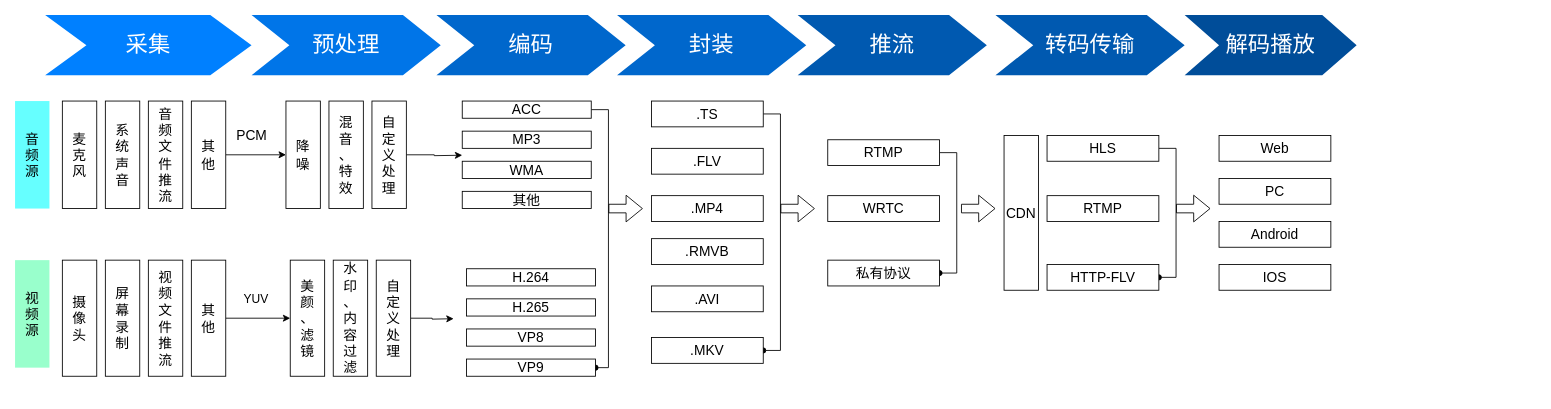
The draw.io diagram 问题随录/Untitled Diagram.drawio in candyman0753/web-runner, before the edit. Source tidied: cells renumbered, new cells numbered last; positions are measured from the earlier drawing's top-left corner, leaving out a move shared by most shapes. Both pictures are drawn from the tidied source at 86%, with x=0, y=0 at pixel (15, 15).
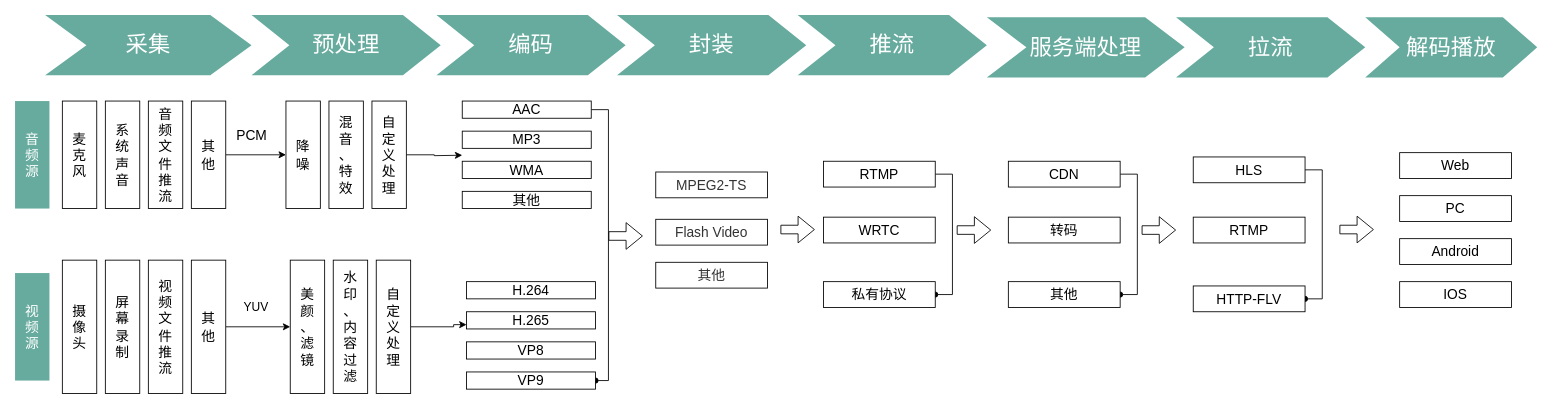
After the change.

What changed in the source:
```diff
@@
-    <mxCell id="2" value="采集" style="shape=step;whiteSpace=wrap;html=1;fontSize=26;fillColor=#0080FF;fontColor=#FFFFFF;strokeColor=none;" parent="1" vertex="1">
+    <mxCell id="2" value="采集" style="shape=step;whiteSpace=wrap;html=1;fontSize=26;fontColor=#FFFFFF;strokeColor=none;fillColor=#67AB9F;" parent="1" vertex="1">
       <mxGeometry x="35" width="240" height="70" as="geometry" />
     </mxCell>
-    <mxCell id="3" value="预处理" style="shape=step;whiteSpace=wrap;html=1;fontSize=26;fillColor=#0075E8;fontColor=#FFFFFF;strokeColor=none;" parent="1" vertex="1">
+    <mxCell id="3" value="预处理" style="shape=step;whiteSpace=wrap;html=1;fontSize=26;fontColor=#FFFFFF;strokeColor=none;fillColor=#67AB9F;" parent="1" vertex="1">
       <mxGeometry x="275" width="220" height="70" as="geometry" />
     </mxCell>
-    <mxCell id="4" value="编码" style="shape=step;whiteSpace=wrap;html=1;fontSize=26;fillColor=#0067CC;fontColor=#FFFFFF;strokeColor=none;" parent="1" vertex="1">
+    <mxCell id="4" value="编码" style="shape=step;whiteSpace=wrap;html=1;fontSize=26;fontColor=#FFFFFF;strokeColor=none;fillColor=#67AB9F;" parent="1" vertex="1">
       <mxGeometry x="490" width="220" height="70" as="geometry" />
     </mxCell>
-    <mxCell id="5" value="推流" style="shape=step;whiteSpace=wrap;html=1;fontSize=26;fillColor=#0059B0;fontColor=#FFFFFF;strokeColor=none;" parent="1" vertex="1">
+    <mxCell id="5" value="推流" style="shape=step;whiteSpace=wrap;html=1;fontSize=26;fontColor=#FFFFFF;strokeColor=none;fillColor=#67AB9F;" parent="1" vertex="1">
       <mxGeometry x="910" width="220" height="70" as="geometry" />
     </mxCell>
-    <mxCell id="6" value="解码播放" style="shape=step;whiteSpace=wrap;html=1;fontSize=26;fillColor=#004D99;fontColor=#FFFFFF;strokeColor=none;" parent="1" vertex="1">
-      <mxGeometry x="1360" width="200" height="70" as="geometry" />
+    <mxCell id="6" value="解码播放" style="shape=step;whiteSpace=wrap;html=1;fontSize=26;fontColor=#FFFFFF;strokeColor=none;fillColor=#67AB9F;" parent="1" vertex="1">
+      <mxGeometry x="1570" y="2.5" width="200" height="70" as="geometry" />
     </mxCell>
-    <mxCell id="7" value="摄&lt;br style=&quot;font-size: 16px;&quot;&gt;像&lt;br style=&quot;font-size: 16px;&quot;&gt;头" style="rounded=0;whiteSpace=wrap;html=1;horizontal=1;fontSize=16;" parent="1" vertex="1">
-      <mxGeometry x="55" y="285" width="40" height="135" as="geometry" />
+    <mxCell id="7" value="摄&lt;br style=&quot;font-size: 16px;&quot;&gt;像&lt;br style=&quot;font-size: 16px;&quot;&gt;头" style="rounded=0;whiteSpace=wrap;html=1;horizontal=1;fontSize=16;imageHeight=27;" parent="1" vertex="1">
+      <mxGeometry x="55" y="285" width="40" height="155" as="geometry" />
     </mxCell>
-    <mxCell id="8" value="屏&lt;br style=&quot;font-size: 16px;&quot;&gt;幕&lt;br style=&quot;font-size: 16px;&quot;&gt;录&lt;br style=&quot;font-size: 16px;&quot;&gt;制" style="rounded=0;whiteSpace=wrap;html=1;horizontal=1;fontSize=16;" parent="1" vertex="1">
-      <mxGeometry x="105" y="285" width="40" height="135" as="geometry" />
+    <mxCell id="8" value="屏&lt;br style=&quot;font-size: 16px;&quot;&gt;幕&lt;br style=&quot;font-size: 16px;&quot;&gt;录&lt;br style=&quot;font-size: 16px;&quot;&gt;制" style="rounded=0;whiteSpace=wrap;html=1;horizontal=1;fontSize=16;imageHeight=27;" parent="1" vertex="1">
+      <mxGeometry x="105" y="285" width="40" height="155" as="geometry" />
     </mxCell>
-    <mxCell id="9" value="视&lt;br style=&quot;font-size: 16px;&quot;&gt;频&lt;br style=&quot;font-size: 16px;&quot;&gt;文&lt;br style=&quot;font-size: 16px;&quot;&gt;件&lt;br style=&quot;font-size: 16px;&quot;&gt;推&lt;br style=&quot;font-size: 16px;&quot;&gt;流" style="rounded=0;whiteSpace=wrap;html=1;horizontal=1;fontSize=16;" parent="1" vertex="1">
-      <mxGeometry x="155" y="285" width="40" height="135" as="geometry" />
+    <mxCell id="9" value="视&lt;br style=&quot;font-size: 16px;&quot;&gt;频&lt;br style=&quot;font-size: 16px;&quot;&gt;文&lt;br style=&quot;font-size: 16px;&quot;&gt;件&lt;br style=&quot;font-size: 16px;&quot;&gt;推&lt;br style=&quot;font-size: 16px;&quot;&gt;流" style="rounded=0;whiteSpace=wrap;html=1;horizontal=1;fontSize=16;imageHeight=27;" parent="1" vertex="1">
+      <mxGeometry x="155" y="285" width="40" height="155" as="geometry" />
     </mxCell>
@@
-    <mxCell id="11" value="其&lt;br style=&quot;font-size: 16px;&quot;&gt;他" style="rounded=0;whiteSpace=wrap;html=1;horizontal=1;fontSize=16;" parent="1" vertex="1">
-      <mxGeometry x="205" y="285" width="40" height="135" as="geometry" />
+    <mxCell id="11" value="其&lt;br style=&quot;font-size: 16px;&quot;&gt;他" style="rounded=0;whiteSpace=wrap;html=1;horizontal=1;fontSize=16;imageHeight=27;" parent="1" vertex="1">
+      <mxGeometry x="205" y="285" width="40" height="155" as="geometry" />
     </mxCell>
@@
-    <mxCell id="21" value="美&lt;br style=&quot;font-size: 16px;&quot;&gt;颜&lt;br style=&quot;font-size: 16px;&quot;&gt;、&lt;br style=&quot;font-size: 16px;&quot;&gt;滤&lt;br style=&quot;font-size: 16px;&quot;&gt;镜" style="rounded=0;whiteSpace=wrap;html=1;horizontal=1;fontSize=16;" parent="1" vertex="1">
-      <mxGeometry x="320" y="285" width="40" height="135" as="geometry" />
+    <mxCell id="21" value="美&lt;br style=&quot;font-size: 16px;&quot;&gt;颜&lt;br style=&quot;font-size: 16px;&quot;&gt;、&lt;br style=&quot;font-size: 16px;&quot;&gt;滤&lt;br style=&quot;font-size: 16px;&quot;&gt;镜" style="rounded=0;whiteSpace=wrap;html=1;horizontal=1;fontSize=16;imageHeight=27;" parent="1" vertex="1">
+      <mxGeometry x="320" y="285" width="40" height="155" as="geometry" />
     </mxCell>
-    <mxCell id="22" value="水&lt;br style=&quot;font-size: 16px;&quot;&gt;印&lt;br style=&quot;font-size: 16px;&quot;&gt;、&lt;br style=&quot;font-size: 16px;&quot;&gt;内&lt;br style=&quot;font-size: 16px;&quot;&gt;容&lt;br style=&quot;font-size: 16px;&quot;&gt;过&lt;br style=&quot;font-size: 16px;&quot;&gt;滤" style="rounded=0;whiteSpace=wrap;html=1;horizontal=1;fontSize=16;" parent="1" vertex="1">
-      <mxGeometry x="370" y="285" width="40" height="135" as="geometry" />
+    <mxCell id="22" value="水&lt;br style=&quot;font-size: 16px;&quot;&gt;印&lt;br style=&quot;font-size: 16px;&quot;&gt;、&lt;br style=&quot;font-size: 16px;&quot;&gt;内&lt;br style=&quot;font-size: 16px;&quot;&gt;容&lt;br style=&quot;font-size: 16px;&quot;&gt;过&lt;br style=&quot;font-size: 16px;&quot;&gt;滤" style="rounded=0;whiteSpace=wrap;html=1;horizontal=1;fontSize=16;imageHeight=27;" parent="1" vertex="1">
+      <mxGeometry x="370" y="285" width="40" height="155" as="geometry" />
     </mxCell>
-    <mxCell id="23" style="edgeStyle=orthogonalEdgeStyle;rounded=0;jettySize=auto;html=1;exitX=1;exitY=0.5;exitDx=0;exitDy=0;endArrow=classic;endFill=1;fontSize=14;fontColor=#000000;" parent="1" edge="1" source="24">
+    <mxCell id="23" style="edgeStyle=orthogonalEdgeStyle;rounded=0;jettySize=auto;html=1;exitX=1;exitY=0.5;exitDx=0;exitDy=0;endArrow=classic;endFill=1;fontSize=14;fontColor=#000000;entryX=0;entryY=0.75;entryDx=0;entryDy=0;" parent="1" edge="1" source="24" target="36">
       <mxGeometry relative="1" as="geometry">
-        <mxPoint x="510" y="353.1" as="targetPoint" />
+        <Array as="points">
+          <mxPoint x="510" y="362" />
+          <mxPoint x="510" y="360" />
+        </Array>
       </mxGeometry>
     </mxCell>
-    <mxCell id="24" value="自&lt;br style=&quot;font-size: 16px;&quot;&gt;定&lt;br style=&quot;font-size: 16px;&quot;&gt;义&lt;br style=&quot;font-size: 16px;&quot;&gt;处&lt;br style=&quot;font-size: 16px;&quot;&gt;理" style="rounded=0;whiteSpace=wrap;html=1;horizontal=1;fontSize=16;" parent="1" vertex="1">
-      <mxGeometry x="420" y="285" width="40" height="135" as="geometry" />
+    <mxCell id="24" value="自&lt;br style=&quot;font-size: 16px;&quot;&gt;定&lt;br style=&quot;font-size: 16px;&quot;&gt;义&lt;br style=&quot;font-size: 16px;&quot;&gt;处&lt;br style=&quot;font-size: 16px;&quot;&gt;理" style="rounded=0;whiteSpace=wrap;html=1;horizontal=1;fontSize=16;imageHeight=27;" parent="1" vertex="1">
+      <mxGeometry x="420" y="285" width="40" height="155" as="geometry" />
     </mxCell>
@@
     <mxCell id="26" value="YUV" style="text;html=1;align=center;verticalAlign=middle;fontSize=14;" parent="1" vertex="1">
-      <mxGeometry x="260" y="320" width="40" height="20" as="geometry" />
+      <mxGeometry x="260" y="330" width="40" height="20" as="geometry" />
     </mxCell>
-    <mxCell id="27" value="封装" style="shape=step;whiteSpace=wrap;html=1;fontSize=26;fillColor=#0067CC;fontColor=#FFFFFF;strokeColor=none;" parent="1" vertex="1">
+    <mxCell id="27" value="封装" style="shape=step;whiteSpace=wrap;html=1;fontSize=26;fontColor=#FFFFFF;strokeColor=none;fillColor=#67AB9F;" parent="1" vertex="1">
       <mxGeometry x="700" width="220" height="70" as="geometry" />
     </mxCell>
-    <mxCell id="28" value="音&lt;br style=&quot;font-size: 16px;&quot;&gt;频&lt;br style=&quot;font-size: 16px;&quot;&gt;源" style="rounded=0;whiteSpace=wrap;html=1;horizontal=1;strokeColor=none;fillColor=#66FFFF;fontSize=16;" parent="1" vertex="1">
+    <mxCell id="28" value="音&lt;br style=&quot;font-size: 16px;&quot;&gt;频&lt;br style=&quot;font-size: 16px;&quot;&gt;源" style="rounded=0;whiteSpace=wrap;html=1;horizontal=1;strokeColor=none;fontSize=16;fillColor=#67AB9F;fontColor=#FFFFFF;" parent="1" vertex="1">
       <mxGeometry y="100" width="40" height="125" as="geometry" />
     </mxCell>
-    <mxCell id="29" value="视&lt;br style=&quot;font-size: 16px;&quot;&gt;频&lt;br style=&quot;font-size: 16px;&quot;&gt;源" style="rounded=0;whiteSpace=wrap;html=1;horizontal=1;fillColor=#99FFCC;strokeColor=none;fontSize=16;" parent="1" vertex="1">
-      <mxGeometry y="285" width="40" height="125" as="geometry" />
+    <mxCell id="29" value="视&lt;br style=&quot;font-size: 16px;&quot;&gt;频&lt;br style=&quot;font-size: 16px;&quot;&gt;源" style="rounded=0;whiteSpace=wrap;html=1;horizontal=1;fontSize=16;imageHeight=27;strokeColor=none;fillColor=#67AB9F;fontColor=#FFFFFF;" parent="1" vertex="1">
+      <mxGeometry y="300" width="40" height="125" as="geometry" />
     </mxCell>
     <mxCell id="30" style="edgeStyle=orthogonalEdgeStyle;rounded=0;jettySize=auto;html=1;exitX=1;exitY=0.5;exitDx=0;exitDy=0;entryX=1;entryY=0.5;entryDx=0;entryDy=0;endArrow=oval;endFill=1;fontSize=14;fontColor=#000000;" parent="1" edge="1" source="31" target="38">
       <mxGeometry relative="1" as="geometry">
         <Array as="points">
           <mxPoint x="690" y="110" />
-          <mxPoint x="690" y="410" />
+          <mxPoint x="690" y="425" />
         </Array>
       </mxGeometry>
     </mxCell>
-    <mxCell id="31" value="ACC" style="rounded=0;whiteSpace=wrap;html=1;strokeColor=#000000;fontColor=#000000;fontSize=16;" parent="1" vertex="1">
+    <mxCell id="31" value="AAC" style="rounded=0;whiteSpace=wrap;html=1;strokeColor=#000000;fontColor=#000000;fontSize=16;" parent="1" vertex="1">
       <mxGeometry x="520" y="100" width="150" height="20" as="geometry" />
     </mxCell>
@@
     <mxCell id="35" value="H.264" style="rounded=0;whiteSpace=wrap;html=1;strokeColor=#000000;fontColor=#000000;fontSize=16;" parent="1" vertex="1">
-      <mxGeometry x="525" y="295" width="150" height="20" as="geometry" />
+      <mxGeometry x="525" y="310" width="150" height="20" as="geometry" />
     </mxCell>
     <mxCell id="36" value="H.265" style="rounded=0;whiteSpace=wrap;html=1;strokeColor=#000000;fontColor=#000000;fontSize=16;" parent="1" vertex="1">
-      <mxGeometry x="525" y="330" width="150" height="20" as="geometry" />
+      <mxGeometry x="525" y="345" width="150" height="20" as="geometry" />
     </mxCell>
     <mxCell id="37" value="VP8" style="rounded=0;whiteSpace=wrap;html=1;strokeColor=#000000;fontColor=#000000;fontSize=16;" parent="1" vertex="1">
-      <mxGeometry x="525" y="365" width="150" height="20" as="geometry" />
+      <mxGeometry x="525" y="380" width="150" height="20" as="geometry" />
     </mxCell>
     <mxCell id="38" value="VP9" style="rounded=0;whiteSpace=wrap;html=1;strokeColor=#000000;fontColor=#000000;fontSize=16;" parent="1" vertex="1">
-      <mxGeometry x="525" y="400" width="150" height="20" as="geometry" />
+      <mxGeometry x="525" y="415" width="150" height="20" as="geometry" />
     </mxCell>
-    <mxCell id="39" style="edgeStyle=orthogonalEdgeStyle;rounded=0;jettySize=auto;html=1;exitX=1;exitY=0.5;exitDx=0;exitDy=0;entryX=1;entryY=0.5;entryDx=0;entryDy=0;endArrow=oval;endFill=1;fontColor=#000000;fontSize=16;" parent="1" edge="1" source="40" target="45">
-      <mxGeometry relative="1" as="geometry" />
-    </mxCell>
-    <mxCell id="40" value=".TS" style="rounded=0;whiteSpace=wrap;html=1;strokeColor=#000000;fillColor=#ffffff;fontColor=#000000;fontSize=16;" parent="1" vertex="1">
-      <mxGeometry x="740" y="100" width="130" height="30" as="geometry" />
+    <mxCell id="40" value="&lt;span style=&quot;color: rgb(51 , 51 , 51) ; font-family: &amp;#34;microsoft yahei&amp;#34; , &amp;#34;arial&amp;#34; ; text-align: justify ; background-color: rgb(255 , 255 , 255)&quot;&gt;MPEG2-TS&lt;/span&gt;" style="rounded=0;whiteSpace=wrap;html=1;strokeColor=#000000;fillColor=#ffffff;fontColor=#000000;fontSize=16;" parent="1" vertex="1">
+      <mxGeometry x="745" y="182.5" width="130" height="30" as="geometry" />
     </mxCell>
-    <mxCell id="41" value=".FLV" style="rounded=0;whiteSpace=wrap;html=1;strokeColor=#000000;fillColor=#ffffff;fontColor=#000000;fontSize=16;" parent="1" vertex="1">
-      <mxGeometry x="740" y="155" width="130" height="30" as="geometry" />
+    <mxCell id="41" value="&lt;span style=&quot;color: rgb(51 , 51 , 51) ; font-family: &amp;#34;microsoft yahei&amp;#34; , &amp;#34;arial&amp;#34; ; text-align: justify ; background-color: rgb(255 , 255 , 255)&quot;&gt;Flash Video&lt;/span&gt;" style="rounded=0;whiteSpace=wrap;html=1;strokeColor=#000000;fillColor=#ffffff;fontColor=#000000;fontSize=16;" parent="1" vertex="1">
+      <mxGeometry x="745" y="237.5" width="130" height="30" as="geometry" />
     </mxCell>
-    <mxCell id="42" value=".MP4" style="rounded=0;whiteSpace=wrap;html=1;strokeColor=#000000;fillColor=#ffffff;fontColor=#000000;fontSize=16;" parent="1" vertex="1">
-      <mxGeometry x="740" y="210" width="130" height="30" as="geometry" />
-    </mxCell>
-    <mxCell id="43" value=".RMVB" style="rounded=0;whiteSpace=wrap;html=1;strokeColor=#000000;fillColor=#ffffff;fontColor=#000000;fontSize=16;" parent="1" vertex="1">
-      <mxGeometry x="740" y="260" width="130" height="30" as="geometry" />
-    </mxCell>
-    <mxCell id="44" value=".AVI" style="rounded=0;whiteSpace=wrap;html=1;strokeColor=#000000;fillColor=#ffffff;fontColor=#000000;fontSize=16;" parent="1" vertex="1">
-      <mxGeometry x="740" y="315" width="130" height="30" as="geometry" />
-    </mxCell>
-    <mxCell id="45" value=".MKV" style="rounded=0;whiteSpace=wrap;html=1;strokeColor=#000000;fillColor=#ffffff;fontColor=#000000;fontSize=16;" parent="1" vertex="1">
-      <mxGeometry x="740" y="375" width="130" height="30" as="geometry" />
-    </mxCell>
     <mxCell id="46" style="shape=flexArrow;endArrow=classic;html=1;fontColor=#000000;fontSize=16;" parent="1" edge="1">
       <mxGeometry relative="1" as="geometry">
-        <mxPoint x="690" y="225" as="sourcePoint" />
-        <mxPoint x="730" y="225" as="targetPoint" />
+        <mxPoint x="690" y="256.9" as="sourcePoint" />
+        <mxPoint x="730" y="256.9" as="targetPoint" />
       </mxGeometry>
     </mxCell>
     <mxCell id="47" style="shape=flexArrow;endArrow=classic;html=1;fontColor=#000000;fontSize=16;" parent="1" edge="1">
       <mxGeometry relative="1" as="geometry">
-        <mxPoint x="890" y="225" as="sourcePoint" />
-        <mxPoint x="930" y="225" as="targetPoint" />
+        <mxPoint x="890" y="249.4" as="sourcePoint" />
+        <mxPoint x="930" y="249.4" as="targetPoint" />
       </mxGeometry>
     </mxCell>
@@
     <mxCell id="49" value="RTMP" style="rounded=0;whiteSpace=wrap;html=1;strokeColor=#000000;fillColor=#ffffff;fontColor=#000000;fontSize=16;" parent="1" vertex="1">
-      <mxGeometry x="945" y="145" width="130" height="30" as="geometry" />
+      <mxGeometry x="940" y="170" width="130" height="30" as="geometry" />
     </mxCell>
     <mxCell id="50" value="WRTC" style="rounded=0;whiteSpace=wrap;html=1;strokeColor=#000000;fillColor=#ffffff;fontColor=#000000;fontSize=16;" parent="1" vertex="1">
-      <mxGeometry x="945" y="210" width="130" height="30" as="geometry" />
+      <mxGeometry x="940" y="235" width="130" height="30" as="geometry" />
     </mxCell>
     <mxCell id="51" value="私有协议" style="rounded=0;whiteSpace=wrap;html=1;strokeColor=#000000;fillColor=#ffffff;fontColor=#000000;fontSize=16;" parent="1" vertex="1">
-      <mxGeometry x="945" y="285" width="130" height="30" as="geometry" />
+      <mxGeometry x="940" y="310" width="130" height="30" as="geometry" />
     </mxCell>
-    <mxCell id="52" value="转码传输" style="shape=step;whiteSpace=wrap;html=1;fontSize=26;fillColor=#0059B0;fontColor=#FFFFFF;strokeColor=none;" parent="1" vertex="1">
-      <mxGeometry x="1140" width="220" height="70" as="geometry" />
+    <mxCell id="52" value="拉流" style="shape=step;whiteSpace=wrap;html=1;fontSize=26;fontColor=#FFFFFF;strokeColor=none;fillColor=#67AB9F;" parent="1" vertex="1">
+      <mxGeometry x="1350" y="2.5" width="220" height="70" as="geometry" />
     </mxCell>
     <mxCell id="53" style="shape=flexArrow;endArrow=classic;html=1;fontColor=#000000;fontSize=16;" parent="1" edge="1">
       <mxGeometry relative="1" as="geometry">
-        <mxPoint x="1100" y="225" as="sourcePoint" />
-        <mxPoint x="1140" y="225" as="targetPoint" />
+        <mxPoint x="1095" y="250" as="sourcePoint" />
+        <mxPoint x="1135" y="250" as="targetPoint" />
       </mxGeometry>
     </mxCell>
-    <mxCell id="54" value="CDN" style="rounded=0;whiteSpace=wrap;html=1;horizontal=1;fontSize=16;" parent="1" vertex="1">
-      <mxGeometry x="1150" y="140" width="40" height="180" as="geometry" />
-    </mxCell>
@@
     <mxCell id="56" value="HLS" style="rounded=0;whiteSpace=wrap;html=1;strokeColor=#000000;fillColor=#ffffff;fontColor=#000000;fontSize=16;" parent="1" vertex="1">
-      <mxGeometry x="1200" y="140" width="130" height="30" as="geometry" />
+      <mxGeometry x="1370" y="165" width="130" height="30" as="geometry" />
     </mxCell>
     <mxCell id="57" value="RTMP" style="rounded=0;whiteSpace=wrap;html=1;strokeColor=#000000;fillColor=#ffffff;fontColor=#000000;fontSize=16;" parent="1" vertex="1">
-      <mxGeometry x="1200" y="210" width="130" height="30" as="geometry" />
+      <mxGeometry x="1370" y="235" width="130" height="30" as="geometry" />
     </mxCell>
     <mxCell id="58" value="HTTP-FLV" style="rounded=0;whiteSpace=wrap;html=1;strokeColor=#000000;fillColor=#ffffff;fontColor=#000000;fontSize=16;" parent="1" vertex="1">
-      <mxGeometry x="1200" y="290" width="130" height="30" as="geometry" />
+      <mxGeometry x="1370" y="315" width="130" height="30" as="geometry" />
     </mxCell>
     <mxCell id="59" value="IOS" style="rounded=0;whiteSpace=wrap;html=1;strokeColor=#000000;fillColor=#ffffff;fontColor=#000000;fontSize=16;" parent="1" vertex="1">
-      <mxGeometry x="1400" y="290" width="130" height="30" as="geometry" />
+      <mxGeometry x="1610" y="310" width="130" height="30" as="geometry" />
     </mxCell>
     <mxCell id="60" value="Android" style="rounded=0;whiteSpace=wrap;html=1;strokeColor=#000000;fillColor=#ffffff;fontColor=#000000;fontSize=16;" parent="1" vertex="1">
-      <mxGeometry x="1400" y="240" width="130" height="30" as="geometry" />
+      <mxGeometry x="1610" y="260" width="130" height="30" as="geometry" />
     </mxCell>
     <mxCell id="61" value="Web" style="rounded=0;whiteSpace=wrap;html=1;strokeColor=#000000;fillColor=#ffffff;fontColor=#000000;fontSize=16;" parent="1" vertex="1">
-      <mxGeometry x="1400" y="140" width="130" height="30" as="geometry" />
+      <mxGeometry x="1610" y="160" width="130" height="30" as="geometry" />
     </mxCell>
     <mxCell id="62" value="PC" style="rounded=0;whiteSpace=wrap;html=1;strokeColor=#000000;fillColor=#ffffff;fontColor=#000000;fontSize=16;" parent="1" vertex="1">
-      <mxGeometry x="1400" y="190" width="130" height="30" as="geometry" />
+      <mxGeometry x="1610" y="210" width="130" height="30" as="geometry" />
     </mxCell>
     <mxCell id="63" style="shape=flexArrow;endArrow=classic;html=1;fontColor=#000000;fontSize=16;" parent="1" edge="1">
       <mxGeometry relative="1" as="geometry">
-        <mxPoint x="1350" y="225" as="sourcePoint" />
-        <mxPoint x="1390" y="225" as="targetPoint" />
+        <mxPoint x="1540" y="249.4" as="sourcePoint" />
+        <mxPoint x="1580" y="249.4" as="targetPoint" />
       </mxGeometry>
     </mxCell>
+    <mxCell id="64" value="服务端处理" style="shape=step;whiteSpace=wrap;html=1;fontSize=26;fontColor=#FFFFFF;strokeColor=none;fillColor=#67AB9F;" parent="1" vertex="1">
+      <mxGeometry x="1130" y="2.5" width="230" height="70" as="geometry" />
+    </mxCell>
+    <mxCell id="65" style="edgeStyle=orthogonalEdgeStyle;rounded=0;jettySize=auto;html=1;exitX=1;exitY=0.5;exitDx=0;exitDy=0;entryX=1;entryY=0.5;entryDx=0;entryDy=0;endArrow=oval;endFill=1;fontColor=#000000;fontSize=16;" parent="1" edge="1" source="54" target="67">
+      <mxGeometry relative="1" as="geometry" />
+    </mxCell>
+    <mxCell id="54" value="CDN" style="rounded=0;whiteSpace=wrap;html=1;strokeColor=#000000;fillColor=#ffffff;fontColor=#000000;fontSize=16;" parent="1" vertex="1">
+      <mxGeometry x="1155" y="170" width="130" height="30" as="geometry" />
+    </mxCell>
+    <mxCell id="66" value="转码" style="rounded=0;whiteSpace=wrap;html=1;strokeColor=#000000;fillColor=#ffffff;fontColor=#000000;fontSize=16;" parent="1" vertex="1">
+      <mxGeometry x="1155" y="235" width="130" height="30" as="geometry" />
+    </mxCell>
+    <mxCell id="67" value="其他" style="rounded=0;whiteSpace=wrap;html=1;strokeColor=#000000;fillColor=#ffffff;fontColor=#000000;fontSize=16;" parent="1" vertex="1">
+      <mxGeometry x="1155" y="310" width="130" height="30" as="geometry" />
+    </mxCell>
+    <mxCell id="68" style="shape=flexArrow;endArrow=classic;html=1;fontColor=#000000;fontSize=16;" parent="1" edge="1">
+      <mxGeometry relative="1" as="geometry">
+        <mxPoint x="1310" y="250" as="sourcePoint" />
+        <mxPoint x="1350" y="250" as="targetPoint" />
+      </mxGeometry>
+    </mxCell>
+    <mxCell id="69" value="&lt;span style=&quot;color: rgb(51 , 51 , 51) ; font-family: &amp;#34;microsoft yahei&amp;#34; , &amp;#34;arial&amp;#34; ; text-align: justify ; background-color: rgb(255 , 255 , 255)&quot;&gt;其他&lt;/span&gt;" style="rounded=0;whiteSpace=wrap;html=1;strokeColor=#000000;fillColor=#ffffff;fontColor=#000000;fontSize=16;" parent="1" vertex="1">
+      <mxGeometry x="745" y="287.5" width="130" height="30" as="geometry" />
+    </mxCell>
```
